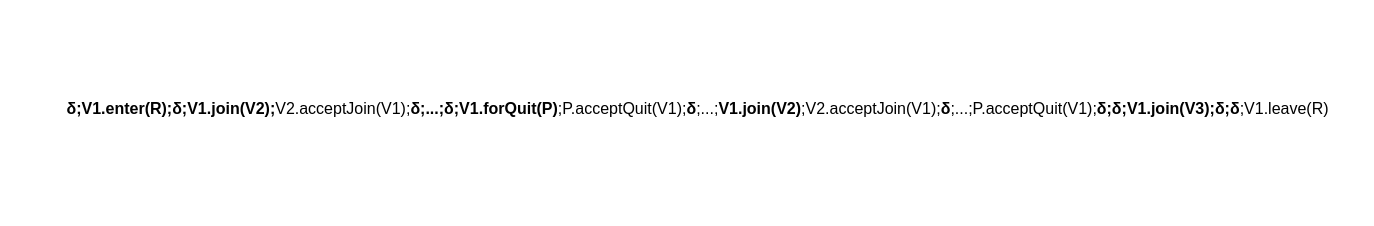
This is chemin.drawio from jpgros/site-web, a draw.io file, before an edit. Source tidied: cells renumbered, new cells numbered last; positions are measured from the earlier drawing's top-left corner, leaving out a move shared by most shapes. Both pictures are drawn from the tidied source at 100%, with x=0, y=0 at pixel (57, 98).
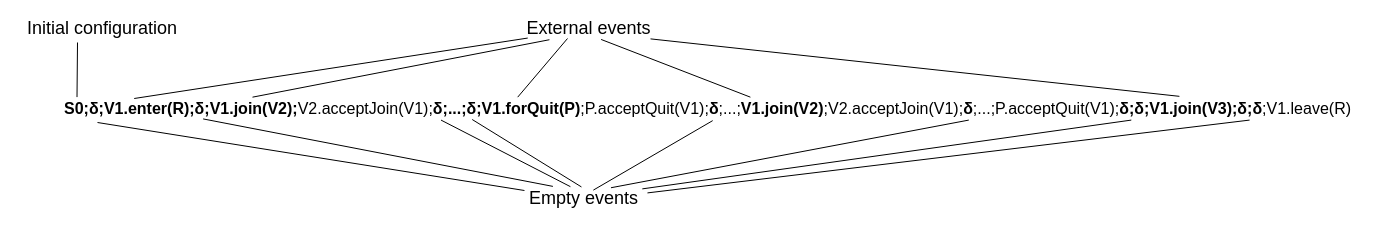
The same page after the edit.

What changed in the source:
```diff
@@
-    <mxCell id="2" value="&lt;font style=&quot;font-size: 16px&quot;&gt;&lt;b&gt;δ;V1.enter(R);δ;V1.join(V2);&lt;/b&gt;V2.acceptJoin(V1);&lt;b&gt;δ;...;δ;V1.forQuit(P)&lt;/b&gt;;P.acceptQuit(V1);&lt;b&gt;δ&lt;/b&gt;;...;&lt;b&gt;V1.join(V2)&lt;/b&gt;;V2.acceptJoin(V1);&lt;b&gt;δ&lt;/b&gt;;...;P.acceptQuit(V1);&lt;b&gt;δ;δ;V1.join(V3);δ;δ&lt;/b&gt;;V1.leave(R)&lt;/font&gt;" style="text;html=1;align=center;verticalAlign=middle;points=[];fontSize=14;" parent="1" vertex="1">
-      <mxGeometry width="1280" height="20" as="geometry" />
+    <mxCell id="2" value="&lt;font style=&quot;font-size: 16px&quot;&gt;&lt;b&gt;S0;δ;V1.enter(R);δ;V1.join(V2);&lt;/b&gt;V2.acceptJoin(V1);&lt;b&gt;δ;...;δ;V1.forQuit(P)&lt;/b&gt;;P.acceptQuit(V1);&lt;b&gt;δ&lt;/b&gt;;...;&lt;b&gt;V1.join(V2)&lt;/b&gt;;V2.acceptJoin(V1);&lt;b&gt;δ&lt;/b&gt;;...;P.acceptQuit(V1);&lt;b&gt;δ;δ;V1.join(V3);δ;δ&lt;/b&gt;;V1.leave(R)&lt;/font&gt;" style="text;html=1;align=center;verticalAlign=middle;points=[];fontSize=14;" parent="1" vertex="1">
+      <mxGeometry width="1300" height="20" as="geometry" />
     </mxCell>
+    <mxCell id="3" value="&lt;font style=&quot;font-size: 18px&quot;&gt;Empty events&lt;/font&gt;" style="text;html=1;align=center;verticalAlign=middle;points=[];" parent="1" vertex="1">
+      <mxGeometry x="466" y="90" width="120" height="20" as="geometry" />
+    </mxCell>
+    <mxCell id="4" style="endArrow=none;html=1;exitX=0.008;exitY=0.1;exitDx=0;exitDy=0;exitPerimeter=0;" parent="1" edge="1" source="3">
+      <mxGeometry relative="1" as="geometry">
+        <mxPoint x="40" y="24" as="targetPoint" />
+      </mxGeometry>
+    </mxCell>
+    <mxCell id="5" style="endArrow=none;html=1;entryX=0.245;entryY=-0.106;entryDx=0;entryDy=0;entryPerimeter=0;exitX=0.112;exitY=1.021;exitDx=0;exitDy=0;exitPerimeter=0;" parent="1" edge="1" source="2" target="3">
+      <mxGeometry relative="1" as="geometry" />
+    </mxCell>
+    <mxCell id="6" style="endArrow=none;html=1;entryX=0.391;entryY=-0.092;entryDx=0;entryDy=0;entryPerimeter=0;exitX=0.295;exitY=1.079;exitDx=0;exitDy=0;exitPerimeter=0;" parent="1" edge="1" source="2" target="3">
+      <mxGeometry relative="1" as="geometry" />
+    </mxCell>
+    <mxCell id="7" style="endArrow=none;html=1;exitX=0.319;exitY=1.05;exitDx=0;exitDy=0;exitPerimeter=0;entryX=0.483;entryY=-0.078;entryDx=0;entryDy=0;entryPerimeter=0;" parent="1" edge="1" source="2" target="3">
+      <mxGeometry relative="1" as="geometry" />
+    </mxCell>
+    <mxCell id="8" style="endArrow=none;html=1;exitX=0.504;exitY=1.107;exitDx=0;exitDy=0;exitPerimeter=0;entryX=0.582;entryY=0.081;entryDx=0;entryDy=0;entryPerimeter=0;" parent="1" edge="1" source="2" target="3">
+      <mxGeometry relative="1" as="geometry" />
+    </mxCell>
+    <mxCell id="9" style="endArrow=none;html=1;exitX=0.701;exitY=1.079;exitDx=0;exitDy=0;exitPerimeter=0;entryX=0.729;entryY=-0.038;entryDx=0;entryDy=0;entryPerimeter=0;" parent="1" edge="1" source="2" target="3">
+      <mxGeometry relative="1" as="geometry" />
+    </mxCell>
+    <mxCell id="10" style="endArrow=none;html=1;entryX=0.99;entryY=0.019;entryDx=0;entryDy=0;entryPerimeter=0;exitX=0.826;exitY=1.079;exitDx=0;exitDy=0;exitPerimeter=0;" parent="1" edge="1" source="2" target="3">
+      <mxGeometry relative="1" as="geometry" />
+    </mxCell>
+    <mxCell id="11" style="endArrow=none;html=1;entryX=1.033;entryY=0.221;entryDx=0;entryDy=0;entryPerimeter=0;exitX=0.917;exitY=1.079;exitDx=0;exitDy=0;exitPerimeter=0;" parent="1" edge="1" source="2" target="3">
+      <mxGeometry relative="1" as="geometry" />
+    </mxCell>
+    <mxCell id="12" value="&lt;font style=&quot;font-size: 18px&quot;&gt;External events&lt;/font&gt;" style="text;html=1;align=center;verticalAlign=middle;points=[];" parent="1" vertex="1">
+      <mxGeometry x="461" y="-80" width="140" height="20" as="geometry" />
+    </mxCell>
+    <mxCell id="13" style="endArrow=none;html=1;exitX=0.059;exitY=0;exitDx=0;exitDy=0;exitPerimeter=0;entryX=0.066;entryY=0.978;entryDx=0;entryDy=0;entryPerimeter=0;" parent="1" edge="1" source="2" target="12">
+      <mxGeometry relative="1" as="geometry" />
+    </mxCell>
+    <mxCell id="14" style="endArrow=none;html=1;exitX=0.15;exitY=-0.067;exitDx=0;exitDy=0;exitPerimeter=0;entryX=0.221;entryY=1.061;entryDx=0;entryDy=0;entryPerimeter=0;" parent="1" edge="1" source="2" target="12">
+      <mxGeometry relative="1" as="geometry" />
+    </mxCell>
+    <mxCell id="15" style="endArrow=none;html=1;exitX=0.354;exitY=-0.067;exitDx=0;exitDy=0;exitPerimeter=0;entryX=0.35;entryY=1;entryDx=0;entryDy=0;entryPerimeter=0;" parent="1" edge="1" source="2" target="12">
+      <mxGeometry relative="1" as="geometry" />
+    </mxCell>
+    <mxCell id="16" style="endArrow=none;html=1;exitX=0.533;exitY=-0.067;exitDx=0;exitDy=0;exitPerimeter=0;entryX=0.59;entryY=1.047;entryDx=0;entryDy=0;entryPerimeter=0;" parent="1" edge="1" source="2" target="12">
+      <mxGeometry relative="1" as="geometry" />
+    </mxCell>
+    <mxCell id="17" style="endArrow=none;html=1;exitX=0.863;exitY=-0.108;exitDx=0;exitDy=0;exitPerimeter=0;entryX=0.943;entryY=1.019;entryDx=0;entryDy=0;entryPerimeter=0;" parent="1" edge="1" source="2" target="12">
+      <mxGeometry relative="1" as="geometry" />
+    </mxCell>
+    <mxCell id="18" value="&lt;font style=&quot;font-size: 18px&quot;&gt;Initial configuration&lt;/font&gt;" style="text;html=1;strokeColor=none;fillColor=none;align=center;verticalAlign=middle;whiteSpace=wrap;rounded=0;" parent="1" vertex="1">
+      <mxGeometry x="-40" y="-80" width="170" height="20" as="geometry" />
+    </mxCell>
+    <mxCell id="19" style="endArrow=none;html=1;exitX=0.015;exitY=-0.071;exitDx=0;exitDy=0;exitPerimeter=0;" parent="1" edge="1" source="2">
+      <mxGeometry relative="1" as="geometry">
+        <mxPoint x="20" y="-56" as="targetPoint" />
+      </mxGeometry>
+    </mxCell>
```
